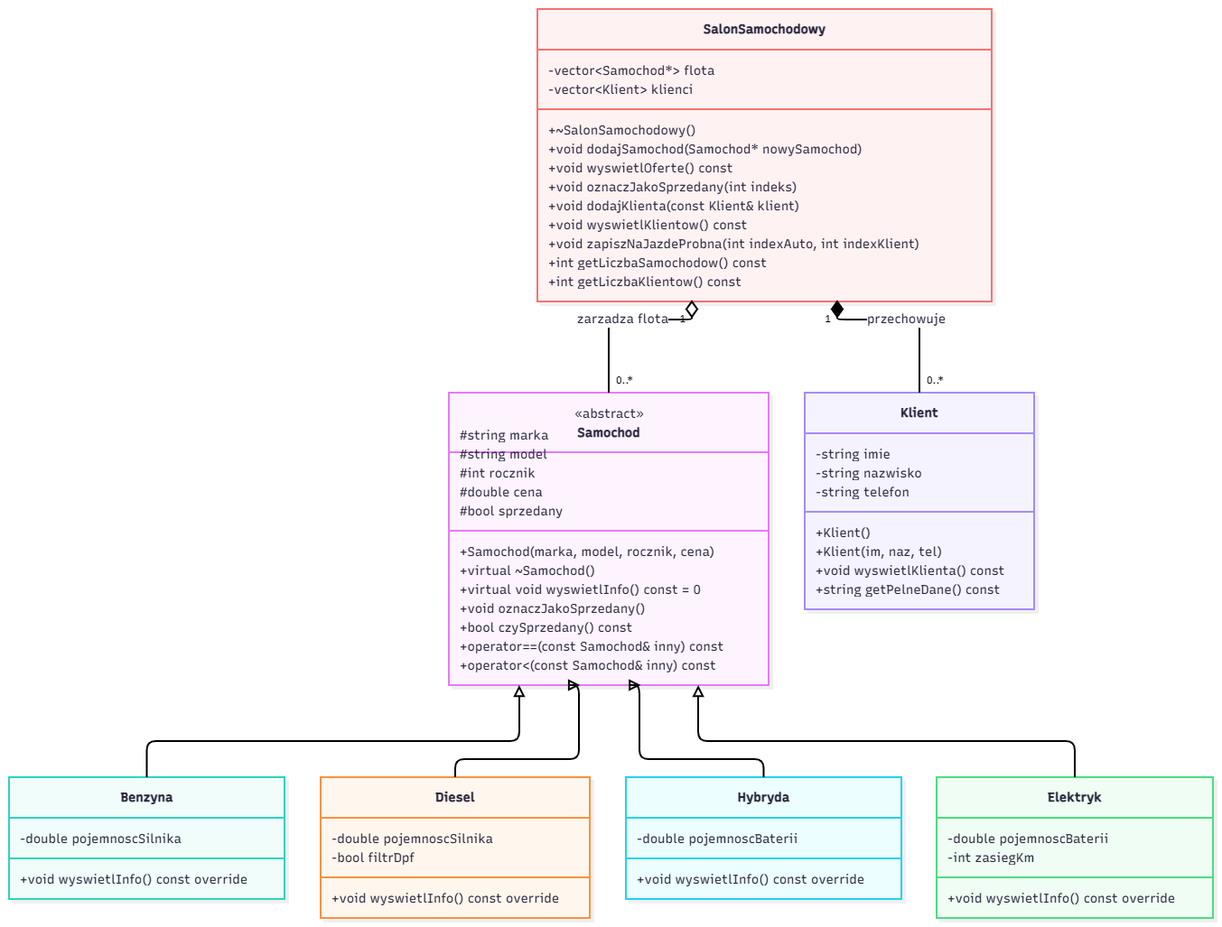
FilipChrostowski/SalonSamochodowy keeps this draw.io diagram as klasy.png. Above is the earlier version. Source tidied: cells renumbered, new cells last; positions are measured from the earlier drawing's top-left corner, leaving out a move shared by most shapes.
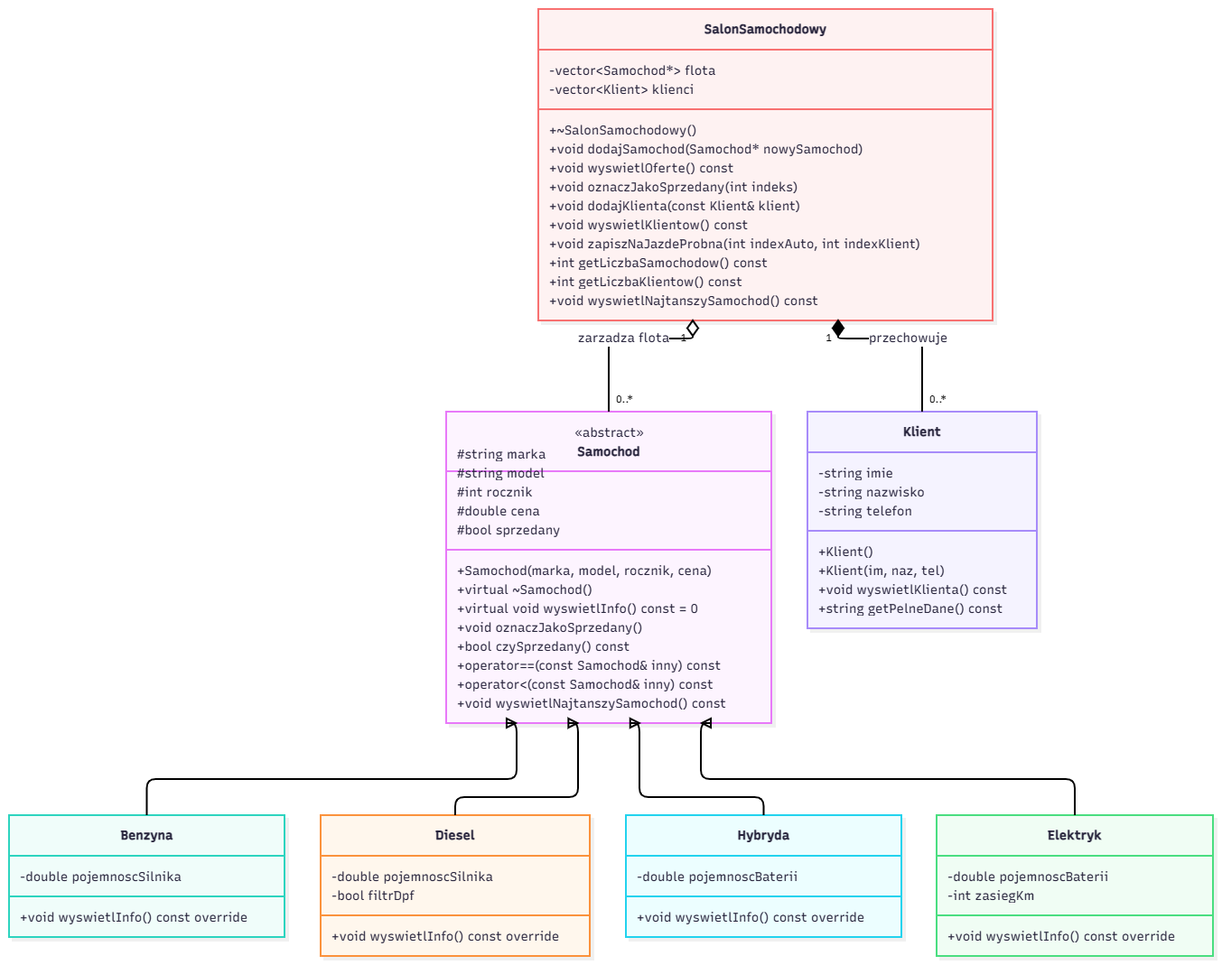
After the change.

Diff of the diagram source:
```diff
@@ -8,48 +8,51 @@
     <mxCell id="3" value="&lt;b&gt;Samochod&lt;/b&gt;" style="swimlane;html=1;fontStyle=1;fontSize=14;align=center;verticalAlign=middle;horizontal=1;startSize=66;swimlaneFillColor=#FDF4FF;whiteSpace=wrap;spacingTop=24;fillColor=#FDF4FF;strokeColor=#E879F9;fontColor=#28253D;fontFamily=Recursive;strokeWidth=2;shadow=1;shadowColor=#000000;shadowOffsetX=4;shadowOffsetY=4;shadowBlur=0;shadowOpacity=6;fontSource=https%3A%2F%2Ffonts.googleapis.com%2Fcss%3Ffamily%3DRecursive;" parent="2" vertex="1">
-      <mxGeometry x="517" y="455" width="354" height="324" as="geometry" />
+      <mxGeometry x="514" y="476" width="360" height="345" as="geometry" />
     </mxCell>
     <mxCell id="4" value="«abstract»" style="text;html=1;strokeColor=none;fillColor=none;align=center;verticalAlign=middle;fontSize=14;fontFamily=Recursive;fontColor=#28253D;fontSource=https%3A%2F%2Ffonts.googleapis.com%2Fcss%3Ffamily%3DRecursive;" parent="3" vertex="1">
-      <mxGeometry y="12" width="354" height="24" as="geometry" />
+      <mxGeometry y="12" width="360" height="24" as="geometry" />
     </mxCell>
     <mxCell id="5" value="#string marka" style="text;fontSize=14;strokeColor=none;fillColor=none;align=left;verticalAlign=middle;spacingLeft=10;spacingRight=12;spacingBottom=2;overflow=hidden;fontFamily=Recursive;fontColor=#28253D;fontSource=https%3A%2F%2Ffonts.googleapis.com%2Fcss%3Ffamily%3DRecursive;" parent="3" vertex="1">
-      <mxGeometry y="36" width="354" height="21" as="geometry" />
+      <mxGeometry y="36" width="360" height="21" as="geometry" />
     </mxCell>
     <mxCell id="6" value="#string model" style="text;fontSize=14;strokeColor=none;fillColor=none;align=left;verticalAlign=middle;spacingLeft=10;spacingRight=12;spacingBottom=2;overflow=hidden;fontFamily=Recursive;fontColor=#28253D;fontSource=https%3A%2F%2Ffonts.googleapis.com%2Fcss%3Ffamily%3DRecursive;" parent="3" vertex="1">
-      <mxGeometry y="57" width="354" height="21" as="geometry" />
+      <mxGeometry y="57" width="360" height="21" as="geometry" />
     </mxCell>
     <mxCell id="7" value="#int rocznik" style="text;fontSize=14;strokeColor=none;fillColor=none;align=left;verticalAlign=middle;spacingLeft=10;spacingRight=12;spacingBottom=2;overflow=hidden;fontFamily=Recursive;fontColor=#28253D;fontSource=https%3A%2F%2Ffonts.googleapis.com%2Fcss%3Ffamily%3DRecursive;" parent="3" vertex="1">
-      <mxGeometry y="78" width="354" height="21" as="geometry" />
+      <mxGeometry y="78" width="360" height="21" as="geometry" />
     </mxCell>
     <mxCell id="8" value="#double cena" style="text;fontSize=14;strokeColor=none;fillColor=none;align=left;verticalAlign=middle;spacingLeft=10;spacingRight=12;spacingBottom=2;overflow=hidden;fontFamily=Recursive;fontColor=#28253D;fontSource=https%3A%2F%2Ffonts.googleapis.com%2Fcss%3Ffamily%3DRecursive;" parent="3" vertex="1">
-      <mxGeometry y="99" width="354" height="21" as="geometry" />
+      <mxGeometry y="99" width="360" height="21" as="geometry" />
     </mxCell>
     <mxCell id="9" value="#bool sprzedany" style="text;fontSize=14;strokeColor=none;fillColor=none;align=left;verticalAlign=middle;spacingLeft=10;spacingRight=12;spacingBottom=2;overflow=hidden;fontFamily=Recursive;fontColor=#28253D;fontSource=https%3A%2F%2Ffonts.googleapis.com%2Fcss%3Ffamily%3DRecursive;" parent="3" vertex="1">
-      <mxGeometry y="120" width="354" height="21" as="geometry" />
+      <mxGeometry y="120" width="360" height="21" as="geometry" />
     </mxCell>
-    <mxCell id="10" style="line;strokeWidth=2;fillColor=none;spacingLeft=3;spacingRight=3;strokeColor=inherit;" parent="3" vertex="1">
-      <mxGeometry y="141" width="354" height="24" as="geometry" />
-    </mxCell>
+    <mxCell id="68" style="line;strokeWidth=2;fillColor=none;spacingLeft=3;spacingRight=3;strokeColor=inherit;" parent="3" vertex="1">
+      <mxGeometry y="141" width="360" height="24" as="geometry" />
+    </mxCell>
     <mxCell id="11" value="+Samochod(marka, model, rocznik, cena)" style="text;fontSize=14;strokeColor=none;fillColor=none;align=left;verticalAlign=middle;spacingLeft=10;spacingRight=12;spacingBottom=2;overflow=hidden;fontFamily=Recursive;fontColor=#28253D;fontSource=https%3A%2F%2Ffonts.googleapis.com%2Fcss%3Ffamily%3DRecursive;" parent="3" vertex="1">
-      <mxGeometry y="165" width="354" height="21" as="geometry" />
+      <mxGeometry y="165" width="360" height="21" as="geometry" />
     </mxCell>
     <mxCell id="12" value="+virtual ~Samochod()" style="text;fontSize=14;strokeColor=none;fillColor=none;align=left;verticalAlign=middle;spacingLeft=10;spacingRight=12;spacingBottom=2;overflow=hidden;fontFamily=Recursive;fontColor=#28253D;fontSource=https%3A%2F%2Ffonts.googleapis.com%2Fcss%3Ffamily%3DRecursive;" parent="3" vertex="1">
-      <mxGeometry y="186" width="354" height="21" as="geometry" />
+      <mxGeometry y="186" width="360" height="21" as="geometry" />
     </mxCell>
     <mxCell id="13" value="+virtual void wyswietlInfo() const = 0" style="text;fontSize=14;strokeColor=none;fillColor=none;align=left;verticalAlign=middle;spacingLeft=10;spacingRight=12;spacingBottom=2;overflow=hidden;fontFamily=Recursive;fontColor=#28253D;fontSource=https%3A%2F%2Ffonts.googleapis.com%2Fcss%3Ffamily%3DRecursive;" parent="3" vertex="1">
-      <mxGeometry y="207" width="354" height="21" as="geometry" />
+      <mxGeometry y="207" width="360" height="21" as="geometry" />
     </mxCell>
     <mxCell id="14" value="+void oznaczJakoSprzedany()" style="text;fontSize=14;strokeColor=none;fillColor=none;align=left;verticalAlign=middle;spacingLeft=10;spacingRight=12;spacingBottom=2;overflow=hidden;fontFamily=Recursive;fontColor=#28253D;fontSource=https%3A%2F%2Ffonts.googleapis.com%2Fcss%3Ffamily%3DRecursive;" parent="3" vertex="1">
-      <mxGeometry y="228" width="354" height="21" as="geometry" />
+      <mxGeometry y="228" width="360" height="21" as="geometry" />
     </mxCell>
     <mxCell id="15" value="+bool czySprzedany() const" style="text;fontSize=14;strokeColor=none;fillColor=none;align=left;verticalAlign=middle;spacingLeft=10;spacingRight=12;spacingBottom=2;overflow=hidden;fontFamily=Recursive;fontColor=#28253D;fontSource=https%3A%2F%2Ffonts.googleapis.com%2Fcss%3Ffamily%3DRecursive;" parent="3" vertex="1">
-      <mxGeometry y="249" width="354" height="21" as="geometry" />
+      <mxGeometry y="249" width="360" height="21" as="geometry" />
     </mxCell>
     <mxCell id="16" value="+operator==(const Samochod&amp; inny) const" style="text;fontSize=14;strokeColor=none;fillColor=none;align=left;verticalAlign=middle;spacingLeft=10;spacingRight=12;spacingBottom=2;overflow=hidden;fontFamily=Recursive;fontColor=#28253D;fontSource=https%3A%2F%2Ffonts.googleapis.com%2Fcss%3Ffamily%3DRecursive;" parent="3" vertex="1">
-      <mxGeometry y="270" width="354" height="21" as="geometry" />
+      <mxGeometry y="270" width="360" height="21" as="geometry" />
     </mxCell>
     <mxCell id="17" value="+operator&lt;(const Samochod&amp; inny) const" style="text;fontSize=14;strokeColor=none;fillColor=none;align=left;verticalAlign=middle;spacingLeft=10;spacingRight=12;spacingBottom=2;overflow=hidden;fontFamily=Recursive;fontColor=#28253D;fontSource=https%3A%2F%2Ffonts.googleapis.com%2Fcss%3Ffamily%3DRecursive;" parent="3" vertex="1">
-      <mxGeometry y="291" width="354" height="21" as="geometry" />
+      <mxGeometry y="291" width="360" height="21" as="geometry" />
     </mxCell>
+    <mxCell id="69" value="+void wyswietlNajtanszySamochod() const" style="text;fontSize=14;strokeColor=none;fillColor=none;align=left;verticalAlign=middle;spacingLeft=10;spacingRight=12;spacingBottom=2;overflow=hidden;fontFamily=Recursive;fontColor=#28253D;fontSource=https%3A%2F%2Ffonts.googleapis.com%2Fcss%3Ffamily%3DRecursive;" parent="3" vertex="1">
+      <mxGeometry y="312" width="360" height="21" as="geometry" />
+    </mxCell>
     <mxCell id="18" value="&lt;b&gt;Benzyna&lt;/b&gt;" style="swimlane;html=1;fontStyle=1;fontSize=14;align=center;verticalAlign=middle;horizontal=1;startSize=45;swimlaneFillColor=#F0FDFA;whiteSpace=wrap;fillColor=#F0FDFA;strokeColor=#2DD4BF;fontColor=#28253D;fontFamily=Recursive;strokeWidth=2;shadow=1;shadowColor=#000000;shadowOffsetX=4;shadowOffsetY=4;shadowBlur=0;shadowOpacity=6;fontSource=https%3A%2F%2Ffonts.googleapis.com%2Fcss%3Ffamily%3DRecursive;" parent="2" vertex="1">
-      <mxGeometry x="30" y="881" width="305" height="135" as="geometry" />
+      <mxGeometry x="30" y="923" width="305" height="135" as="geometry" />
     </mxCell>
@@ -58,10 +61,10 @@
     </mxCell>
-    <mxCell id="20" style="line;strokeWidth=2;fillColor=none;spacingLeft=3;spacingRight=3;strokeColor=inherit;" parent="18" vertex="1">
-      <mxGeometry y="78" width="305" height="24" as="geometry" />
-    </mxCell>
-    <mxCell id="21" value="+void wyswietlInfo() const override" style="text;fontSize=14;strokeColor=none;fillColor=none;align=left;verticalAlign=middle;spacingLeft=10;spacingRight=12;spacingBottom=2;overflow=hidden;fontFamily=Recursive;fontColor=#28253D;fontSource=https%3A%2F%2Ffonts.googleapis.com%2Fcss%3Ffamily%3DRecursive;" parent="18" vertex="1">
-      <mxGeometry y="102" width="305" height="21" as="geometry" />
-    </mxCell>
+    <mxCell id="70" style="line;strokeWidth=2;fillColor=none;spacingLeft=3;spacingRight=3;strokeColor=inherit;" parent="18" vertex="1">
+      <mxGeometry y="78" width="305" height="24" as="geometry" />
+    </mxCell>
+    <mxCell id="71" value="+void wyswietlInfo() const override" style="text;fontSize=14;strokeColor=none;fillColor=none;align=left;verticalAlign=middle;spacingLeft=10;spacingRight=12;spacingBottom=2;overflow=hidden;fontFamily=Recursive;fontColor=#28253D;fontSource=https%3A%2F%2Ffonts.googleapis.com%2Fcss%3Ffamily%3DRecursive;" parent="18" vertex="1">
+      <mxGeometry y="102" width="305" height="21" as="geometry" />
+    </mxCell>
     <mxCell id="22" value="&lt;b&gt;Diesel&lt;/b&gt;" style="swimlane;html=1;fontStyle=1;fontSize=14;align=center;verticalAlign=middle;horizontal=1;startSize=45;swimlaneFillColor=#FFF7ED;whiteSpace=wrap;fillColor=#FFF7ED;strokeColor=#FB923C;fontColor=#28253D;fontFamily=Recursive;strokeWidth=2;shadow=1;shadowColor=#000000;shadowOffsetX=4;shadowOffsetY=4;shadowBlur=0;shadowOpacity=6;fontSource=https%3A%2F%2Ffonts.googleapis.com%2Fcss%3Ffamily%3DRecursive;" parent="2" vertex="1">
-      <mxGeometry x="375" y="881" width="298" height="156" as="geometry" />
+      <mxGeometry x="375" y="923" width="298" height="156" as="geometry" />
     </mxCell>
@@ -80,3 +83,3 @@
     <mxCell id="27" value="&lt;b&gt;Hybryda&lt;/b&gt;" style="swimlane;html=1;fontStyle=1;fontSize=14;align=center;verticalAlign=middle;horizontal=1;startSize=45;swimlaneFillColor=#ECFEFF;whiteSpace=wrap;fillColor=#ECFEFF;strokeColor=#22D3EE;fontColor=#28253D;fontFamily=Recursive;strokeWidth=2;shadow=1;shadowColor=#000000;shadowOffsetX=4;shadowOffsetY=4;shadowBlur=0;shadowOpacity=6;fontSource=https%3A%2F%2Ffonts.googleapis.com%2Fcss%3Ffamily%3DRecursive;" parent="2" vertex="1">
-      <mxGeometry x="713" y="881" width="305" height="135" as="geometry" />
+      <mxGeometry x="713" y="923" width="305" height="135" as="geometry" />
     </mxCell>
@@ -85,10 +88,10 @@
     </mxCell>
-    <mxCell id="29" style="line;strokeWidth=2;fillColor=none;spacingLeft=3;spacingRight=3;strokeColor=inherit;" parent="27" vertex="1">
-      <mxGeometry y="78" width="305" height="24" as="geometry" />
-    </mxCell>
-    <mxCell id="30" value="+void wyswietlInfo() const override" style="text;fontSize=14;strokeColor=none;fillColor=none;align=left;verticalAlign=middle;spacingLeft=10;spacingRight=12;spacingBottom=2;overflow=hidden;fontFamily=Recursive;fontColor=#28253D;fontSource=https%3A%2F%2Ffonts.googleapis.com%2Fcss%3Ffamily%3DRecursive;" parent="27" vertex="1">
-      <mxGeometry y="102" width="305" height="21" as="geometry" />
-    </mxCell>
+    <mxCell id="72" style="line;strokeWidth=2;fillColor=none;spacingLeft=3;spacingRight=3;strokeColor=inherit;" parent="27" vertex="1">
+      <mxGeometry y="78" width="305" height="24" as="geometry" />
+    </mxCell>
+    <mxCell id="73" value="+void wyswietlInfo() const override" style="text;fontSize=14;strokeColor=none;fillColor=none;align=left;verticalAlign=middle;spacingLeft=10;spacingRight=12;spacingBottom=2;overflow=hidden;fontFamily=Recursive;fontColor=#28253D;fontSource=https%3A%2F%2Ffonts.googleapis.com%2Fcss%3Ffamily%3DRecursive;" parent="27" vertex="1">
+      <mxGeometry y="102" width="305" height="21" as="geometry" />
+    </mxCell>
     <mxCell id="31" value="&lt;b&gt;Elektryk&lt;/b&gt;" style="swimlane;html=1;fontStyle=1;fontSize=14;align=center;verticalAlign=middle;horizontal=1;startSize=45;swimlaneFillColor=#F0FDF4;whiteSpace=wrap;fillColor=#F0FDF4;strokeColor=#4ADE80;fontColor=#28253D;fontFamily=Recursive;strokeWidth=2;shadow=1;shadowColor=#000000;shadowOffsetX=4;shadowOffsetY=4;shadowBlur=0;shadowOpacity=6;fontSource=https%3A%2F%2Ffonts.googleapis.com%2Fcss%3Ffamily%3DRecursive;" parent="2" vertex="1">
-      <mxGeometry x="1057" y="881" width="306" height="156" as="geometry" />
+      <mxGeometry x="1057" y="923" width="306" height="156" as="geometry" />
     </mxCell>
@@ -107,3 +110,3 @@
     <mxCell id="36" value="&lt;b&gt;Klient&lt;/b&gt;" style="swimlane;html=1;fontStyle=1;fontSize=14;align=center;verticalAlign=middle;horizontal=1;startSize=45;swimlaneFillColor=#F5F3FF;whiteSpace=wrap;fillColor=#F5F3FF;strokeColor=#A78BFA;fontColor=#28253D;fontFamily=Recursive;strokeWidth=2;shadow=1;shadowColor=#000000;shadowOffsetX=4;shadowOffsetY=4;shadowBlur=0;shadowOpacity=6;fontSource=https%3A%2F%2Ffonts.googleapis.com%2Fcss%3Ffamily%3DRecursive;" parent="2" vertex="1">
-      <mxGeometry x="911" y="455" width="254" height="240" as="geometry" />
+      <mxGeometry x="914" y="476" width="254" height="240" as="geometry" />
     </mxCell>
@@ -134,3 +137,3 @@
     <mxCell id="45" value="&lt;b&gt;SalonSamochodowy&lt;/b&gt;" style="swimlane;html=1;fontStyle=1;fontSize=14;align=center;verticalAlign=middle;horizontal=1;startSize=45;swimlaneFillColor=#FEF2F2;whiteSpace=wrap;fillColor=#FEF2F2;strokeColor=#F87171;fontColor=#28253D;fontFamily=Recursive;strokeWidth=2;shadow=1;shadowColor=#000000;shadowOffsetX=4;shadowOffsetY=4;shadowBlur=0;shadowOpacity=6;fontSource=https%3A%2F%2Ffonts.googleapis.com%2Fcss%3Ffamily%3DRecursive;" parent="2" vertex="1">
-      <mxGeometry x="615" y="30" width="503" height="324" as="geometry" />
+      <mxGeometry x="616" y="30" width="503" height="345" as="geometry" />
     </mxCell>
@@ -172,2 +175,5 @@
     </mxCell>
+    <mxCell id="74" value="+void wyswietlNajtanszySamochod() const" style="text;fontSize=14;strokeColor=none;fillColor=none;align=left;verticalAlign=middle;spacingLeft=10;spacingRight=12;spacingBottom=2;overflow=hidden;fontFamily=Recursive;fontColor=#28253D;fontSource=https%3A%2F%2Ffonts.googleapis.com%2Fcss%3Ffamily%3DRecursive;" parent="45" vertex="1">
+      <mxGeometry y="312" width="503" height="21" as="geometry" />
+    </mxCell>
     <mxCell id="58" style="edgeStyle=orthogonalEdgeStyle;rounded=1;curved=0;startArrow=block;startSize=8;startFill=0;endArrow=none;jumpStyle=arc;jumpSize=12;strokeColor=#000000;exitX=0.22;exitY=1;entryX=0.5;entryY=0;strokeWidth=2;sourcePerimeterSpacing=9.25;" parent="2" edge="1" source="3" target="18">
@@ -175,4 +181,4 @@
         <Array as="points">
-          <mxPoint x="594" y="841" />
-          <mxPoint x="183" y="841" />
+          <mxPoint x="592" y="883" />
+          <mxPoint x="183" y="883" />
         </Array>
@@ -183,4 +189,4 @@
         <Array as="points">
-          <mxPoint x="661" y="861" />
-          <mxPoint x="524" y="861" />
+          <mxPoint x="660" y="903" />
+          <mxPoint x="524" y="903" />
         </Array>
@@ -191,4 +197,4 @@
         <Array as="points">
-          <mxPoint x="728" y="861" />
-          <mxPoint x="865" y="861" />
+          <mxPoint x="728" y="903" />
+          <mxPoint x="865" y="903" />
         </Array>
@@ -199,4 +205,4 @@
         <Array as="points">
-          <mxPoint x="794" y="841" />
-          <mxPoint x="1210" y="841" />
+          <mxPoint x="796" y="883" />
+          <mxPoint x="1210" y="883" />
         </Array>
@@ -207,4 +213,4 @@
         <Array as="points">
-          <mxPoint x="786" y="374" />
-          <mxPoint x="694" y="374" />
+          <mxPoint x="787" y="395" />
+          <mxPoint x="694" y="395" />
         </Array>
@@ -212,8 +218,8 @@
     </mxCell>
-    <mxCell id="63" value="1" style="edgeLabel;labelBackgroundColor=none;fontSize=11;spacing=8;align=right;verticalAlign=top;fontFamily=Recursive;fontSource=https%3A%2F%2Ffonts.googleapis.com%2Fcss%3Ffamily%3DRecursive;" parent="62" vertex="1">
-      <mxGeometry x="-1" relative="1" as="geometry" />
-    </mxCell>
-    <mxCell id="64" value="0..*" style="edgeLabel;labelBackgroundColor=none;fontSize=11;spacing=8;align=left;verticalAlign=bottom;fontFamily=Recursive;fontSource=https%3A%2F%2Ffonts.googleapis.com%2Fcss%3Ffamily%3DRecursive;" parent="62" vertex="1">
-      <mxGeometry x="1" relative="1" as="geometry" />
-    </mxCell>
+    <mxCell id="75" value="1" style="edgeLabel;labelBackgroundColor=none;fontSize=11;spacing=8;align=right;verticalAlign=top;fontFamily=Recursive;fontSource=https%3A%2F%2Ffonts.googleapis.com%2Fcss%3Ffamily%3DRecursive;" parent="62" vertex="1">
+      <mxGeometry x="-1" relative="1" as="geometry" />
+    </mxCell>
+    <mxCell id="76" value="0..*" style="edgeLabel;labelBackgroundColor=none;fontSize=11;spacing=8;align=left;verticalAlign=bottom;fontFamily=Recursive;fontSource=https%3A%2F%2Ffonts.googleapis.com%2Fcss%3Ffamily%3DRecursive;" parent="62" vertex="1">
+      <mxGeometry x="1" relative="1" as="geometry" />
+    </mxCell>
     <mxCell id="65" value="przechowuje" style="edgeStyle=orthogonalEdgeStyle;rounded=1;curved=0;startArrow=mermaidDiamond;startSize=15;startFill=1;endArrow=none;jumpStyle=arc;jumpSize=12;strokeColor=#000000;html=1;fontSize=14;labelBackgroundColor=#ffffff;fontFamily=Recursive;fontColor=#28253D;exitX=0.66;exitY=1;entryX=0.5;entryY=0;strokeWidth=2;sourcePerimeterSpacing=3;fontSource=https%3A%2F%2Ffonts.googleapis.com%2Fcss%3Ffamily%3DRecursive;" parent="2" edge="1" source="45" target="36">
@@ -221,4 +227,4 @@
         <Array as="points">
-          <mxPoint x="947" y="374" />
-          <mxPoint x="1038" y="374" />
+          <mxPoint x="948" y="395" />
+          <mxPoint x="1041" y="395" />
         </Array>
@@ -226,8 +232,8 @@
     </mxCell>
-    <mxCell id="66" value="1" style="edgeLabel;labelBackgroundColor=none;fontSize=11;spacing=8;align=right;verticalAlign=top;fontFamily=Recursive;fontSource=https%3A%2F%2Ffonts.googleapis.com%2Fcss%3Ffamily%3DRecursive;" parent="65" vertex="1">
-      <mxGeometry x="-1" relative="1" as="geometry" />
-    </mxCell>
-    <mxCell id="67" value="0..*" style="edgeLabel;labelBackgroundColor=none;fontSize=11;spacing=8;align=left;verticalAlign=bottom;fontFamily=Recursive;fontSource=https%3A%2F%2Ffonts.googleapis.com%2Fcss%3Ffamily%3DRecursive;" parent="65" vertex="1">
-      <mxGeometry x="1" relative="1" as="geometry" />
-    </mxCell>
+    <mxCell id="77" value="1" style="edgeLabel;labelBackgroundColor=none;fontSize=11;spacing=8;align=right;verticalAlign=top;fontFamily=Recursive;fontSource=https%3A%2F%2Ffonts.googleapis.com%2Fcss%3Ffamily%3DRecursive;" parent="65" vertex="1">
+      <mxGeometry x="-1" relative="1" as="geometry" />
+    </mxCell>
+    <mxCell id="78" value="0..*" style="edgeLabel;labelBackgroundColor=none;fontSize=11;spacing=8;align=left;verticalAlign=bottom;fontFamily=Recursive;fontSource=https%3A%2F%2Ffonts.googleapis.com%2Fcss%3Ffamily%3DRecursive;" parent="65" vertex="1">
+      <mxGeometry x="1" relative="1" as="geometry" />
+    </mxCell>
   </root>
```
